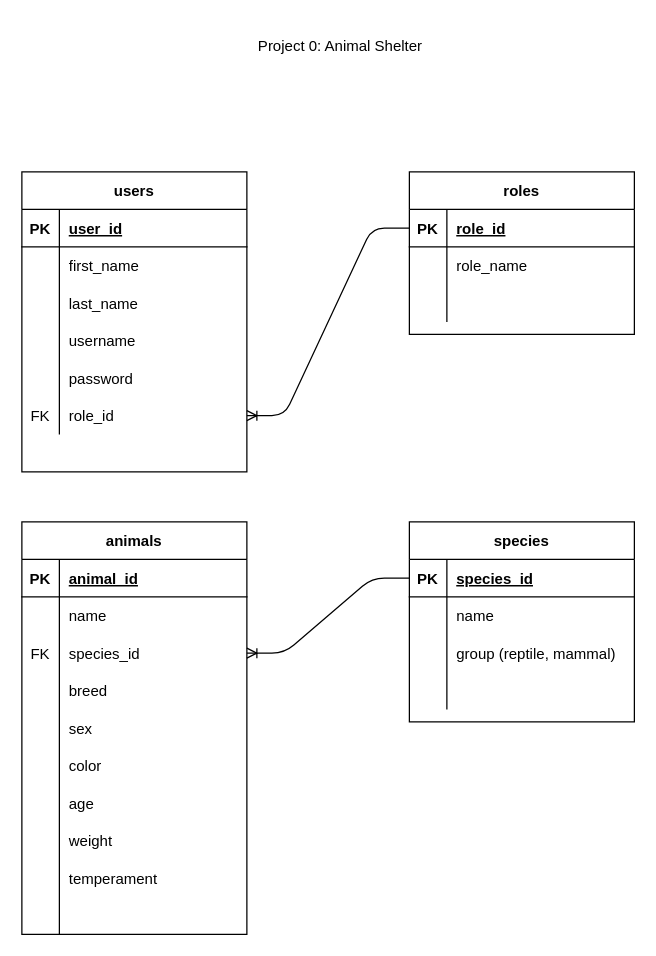
Earlier version of the draw.io diagram DB_Schema.drawio (2011JavaReact/AndrewCappProject0AnimalShelter). Source tidied: cells renumbered, new cells numbered last; positions are measured from the earlier drawing's top-left corner, leaving out a move shared by most shapes. Both pictures are drawn from the tidied source at 125%, with x=0, y=0 at pixel (21, 21).
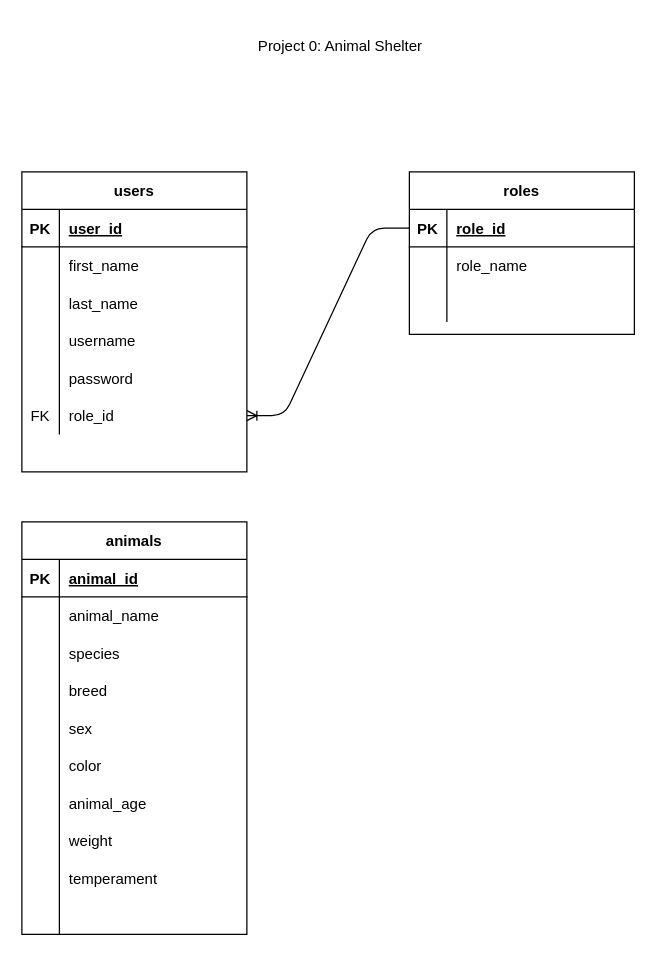
The same diagram, later.

The change refers to these unchanged cells:
```xml
<mxCell id="37" style="shape=partialRectangle;fillColor=none;top=0;left=0;bottom=0;right=0;" parent="33" vertex="1">
  <mxGeometry y="60" width="180" height="30" as="geometry" />
</mxCell>
<mxCell id="40" style="shape=partialRectangle;fillColor=none;top=0;left=0;bottom=0;right=0;points=[[0,0.5],[1,0.5]];portConstraint=eastwest;" parent="33" vertex="1">
  <mxGeometry y="90" width="180" height="30" as="geometry" />
</mxCell>
<mxCell id="52" style="shape=partialRectangle;fillColor=none;top=0;left=0;bottom=0;right=0;" parent="33" vertex="1">
  <mxGeometry y="210" width="180" height="30" as="geometry" />
</mxCell>
```

The edit, as a diff of the source:
```diff
@@
-    <mxCell id="39" value="name" style="shape=partialRectangle;fillColor=none;top=0;left=0;bottom=0;right=0;align=left;spacingLeft=6;overflow=hidden;" parent="37" vertex="1">
+    <mxCell id="39" value="animal_name" style="shape=partialRectangle;fillColor=none;top=0;left=0;bottom=0;right=0;align=left;spacingLeft=6;overflow=hidden;" parent="37" vertex="1">
       <mxGeometry x="30" width="150" height="30" as="geometry" />
     </mxCell>
@@
-    <mxCell id="41" value="FK" style="shape=partialRectangle;fillColor=none;top=0;left=0;bottom=0;right=0;overflow=hidden;" parent="40" vertex="1">
+    <mxCell id="41" style="shape=partialRectangle;fillColor=none;top=0;left=0;bottom=0;right=0;overflow=hidden;" parent="40" vertex="1">
       <mxGeometry width="30" height="30" as="geometry" />
     </mxCell>
-    <mxCell id="42" value="species_id" style="shape=partialRectangle;fillColor=none;top=0;left=0;bottom=0;right=0;align=left;spacingLeft=6;overflow=hidden;" parent="40" vertex="1">
+    <mxCell id="42" value="species" style="shape=partialRectangle;fillColor=none;top=0;left=0;bottom=0;right=0;align=left;spacingLeft=6;overflow=hidden;" parent="40" vertex="1">
       <mxGeometry x="30" width="150" height="30" as="geometry" />
     </mxCell>
@@
-    <mxCell id="54" value="age" style="shape=partialRectangle;fillColor=none;top=0;left=0;bottom=0;right=0;align=left;spacingLeft=6;overflow=hidden;" parent="52" vertex="1">
+    <mxCell id="54" value="animal_age" style="shape=partialRectangle;fillColor=none;top=0;left=0;bottom=0;right=0;align=left;spacingLeft=6;overflow=hidden;" parent="52" vertex="1">
       <mxGeometry x="30" width="150" height="30" as="geometry" />
     </mxCell>
@@
-    <mxCell id="64" value="species" style="shape=table;startSize=30;childLayout=tableLayout;rowLines=0;fontStyle=1;align=center;" parent="1" vertex="1">
-      <mxGeometry x="310" y="400" width="180" height="160" as="geometry" />
-    </mxCell>
-    <mxCell id="65" style="shape=partialRectangle;fillColor=none;top=0;left=0;bottom=1;right=0;points=[[0,0.5],[1,0.5]];portConstraint=eastwest;" parent="64" vertex="1">
-      <mxGeometry y="30" width="180" height="30" as="geometry" />
-    </mxCell>
-    <mxCell id="66" value="PK" style="shape=partialRectangle;fillColor=none;top=0;left=0;bottom=0;right=0;fontStyle=1;overflow=hidden;" parent="65" vertex="1">
-      <mxGeometry width="30" height="30" as="geometry" />
-    </mxCell>
-    <mxCell id="67" value="species_id" style="shape=partialRectangle;fillColor=none;top=0;left=0;bottom=0;right=0;align=left;spacingLeft=6;fontStyle=5;overflow=hidden;" parent="65" vertex="1">
-      <mxGeometry x="30" width="150" height="30" as="geometry" />
-    </mxCell>
-    <mxCell id="68" style="shape=partialRectangle;fillColor=none;top=0;left=0;bottom=0;right=0;" parent="64" vertex="1">
-      <mxGeometry y="60" width="180" height="30" as="geometry" />
-    </mxCell>
-    <mxCell id="69" style="shape=partialRectangle;fillColor=none;top=0;left=0;bottom=0;right=0;overflow=hidden;" parent="68" vertex="1">
-      <mxGeometry width="30" height="30" as="geometry" />
-    </mxCell>
-    <mxCell id="70" value="name" style="shape=partialRectangle;fillColor=none;top=0;left=0;bottom=0;right=0;align=left;spacingLeft=6;overflow=hidden;" parent="68" vertex="1">
-      <mxGeometry x="30" width="150" height="30" as="geometry" />
-    </mxCell>
-    <mxCell id="71" style="shape=partialRectangle;fillColor=none;top=0;left=0;bottom=0;right=0;" parent="64" vertex="1">
-      <mxGeometry y="90" width="180" height="30" as="geometry" />
-    </mxCell>
-    <mxCell id="72" style="shape=partialRectangle;fillColor=none;top=0;left=0;bottom=0;right=0;overflow=hidden;" parent="71" vertex="1">
-      <mxGeometry width="30" height="30" as="geometry" />
-    </mxCell>
-    <mxCell id="73" value="group (reptile, mammal)" style="shape=partialRectangle;fillColor=none;top=0;left=0;bottom=0;right=0;align=left;spacingLeft=6;overflow=hidden;" parent="71" vertex="1">
-      <mxGeometry x="30" width="150" height="30" as="geometry" />
-    </mxCell>
-    <mxCell id="74" style="shape=partialRectangle;fillColor=none;top=0;left=0;bottom=0;right=0;" parent="64" vertex="1">
-      <mxGeometry y="120" width="180" height="30" as="geometry" />
-    </mxCell>
-    <mxCell id="75" style="shape=partialRectangle;fillColor=none;top=0;left=0;bottom=0;right=0;overflow=hidden;" parent="74" vertex="1">
-      <mxGeometry width="30" height="30" as="geometry" />
-    </mxCell>
-    <mxCell id="76" style="shape=partialRectangle;fillColor=none;top=0;left=0;bottom=0;right=0;align=left;spacingLeft=6;overflow=hidden;" parent="74" vertex="1">
-      <mxGeometry x="30" width="150" height="30" as="geometry" />
-    </mxCell>
-    <mxCell id="77" style="edgeStyle=entityRelationEdgeStyle;fontSize=12;html=1;endArrow=ERoneToMany;entryX=1;entryY=0.5;entryDx=0;entryDy=0;exitX=0;exitY=0.5;exitDx=0;exitDy=0;" parent="1" edge="1" source="65" target="40">
-      <mxGeometry relative="1" as="geometry" />
-    </mxCell>
```
